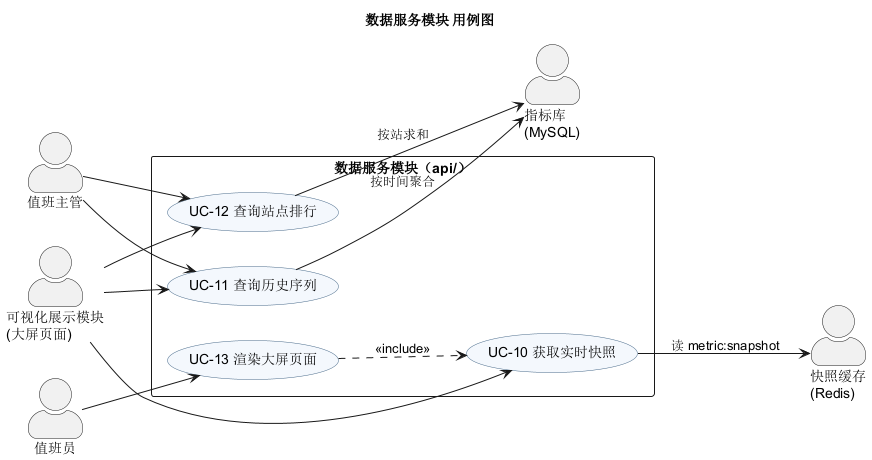
The PlantUML diagram docs/03-建模/图/04-用例图-数据服务.png in Xuzhaopu04/metro-flow-dashboard, before a commit. The source it was exported from:
```plantuml
@startuml 04-用例图-数据服务
title 数据服务模块 用例图
left to right direction
skinparam shadowing false
skinparam actorStyle awesome
skinparam packageStyle rectangle
skinparam usecase {
  BackgroundColor #F4F8FD
  BorderColor #4A6B8A
}

actor "值班员" as guard
actor "值班主管" as lead
actor "可视化展示模块\n(大屏页面)" as web
actor "指标库\n(MySQL)" as db
actor "快照缓存\n(Redis)" as cache

rectangle "数据服务模块（api/）" {
  usecase "UC-10 获取实时快照" as UC10
  usecase "UC-11 查询历史序列" as UC11
  usecase "UC-12 查询站点排行" as UC12
  usecase "UC-13 渲染大屏页面" as UC13
}

guard --> UC13
web --> UC10
web --> UC11
web --> UC12
lead --> UC11
lead --> UC12

UC10 --> cache : 读 metric:snapshot
UC11 --> db : 按时间聚合
UC12 --> db : 按站求和

UC13 ..> UC10 : <<include>>
@enduml
```
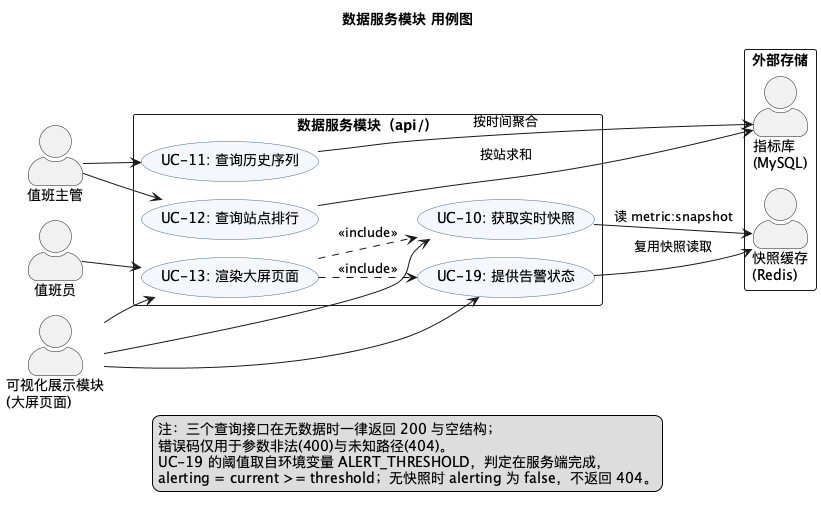
After the change.

Change to the diagram source:
```diff
@@ -1,4 +1,5 @@
 @startuml 04-用例图-数据服务
+!pragma layout smetana
 title 数据服务模块 用例图
 left to right direction
 skinparam shadowing false
@@ -9,29 +10,42 @@
   BorderColor #4A6B8A
 }
 
+actor "值班主管" as lead
 actor "值班员" as guard
-actor "值班主管" as lead
 actor "可视化展示模块\n(大屏页面)" as web
-actor "指标库\n(MySQL)" as db
-actor "快照缓存\n(Redis)" as cache
 
 rectangle "数据服务模块（api/）" {
-  usecase "UC-10 获取实时快照" as UC10
-  usecase "UC-11 查询历史序列" as UC11
-  usecase "UC-12 查询站点排行" as UC12
-  usecase "UC-13 渲染大屏页面" as UC13
+  usecase "UC-13: 渲染大屏页面" as UC13
+  usecase "UC-10: 获取实时快照" as UC10
+  usecase "UC-19: 提供告警状态" as UC19
+  usecase "UC-11: 查询历史序列" as UC11
+  usecase "UC-12: 查询站点排行" as UC12
 }
 
-guard --> UC13
-web --> UC10
-web --> UC11
-web --> UC12
+rectangle "外部存储" as ext {
+  actor "指标库\n(MySQL)" as db
+  actor "快照缓存\n(Redis)" as cache
+}
+
 lead --> UC11
 lead --> UC12
+guard --> UC13
+web --> UC13
+web --> UC10
+web --> UC19
+
+UC13 ..> UC10 : <<include>>
+UC13 ..> UC19 : <<include>>
 
 UC10 --> cache : 读 metric:snapshot
+UC19 --> cache : 复用快照读取
 UC11 --> db : 按时间聚合
 UC12 --> db : 按站求和
 
-UC13 ..> UC10 : <<include>>
+legend bottom
+  注：三个查询接口在无数据时一律返回 200 与空结构；
+  错误码仅用于参数非法(400)与未知路径(404)。
+  UC-19 的阈值取自环境变量 ALERT_THRESHOLD，判定在服务端完成，
+  alerting = current >= threshold；无快照时 alerting 为 false，不返回 404。
+endlegend
 @enduml
```
